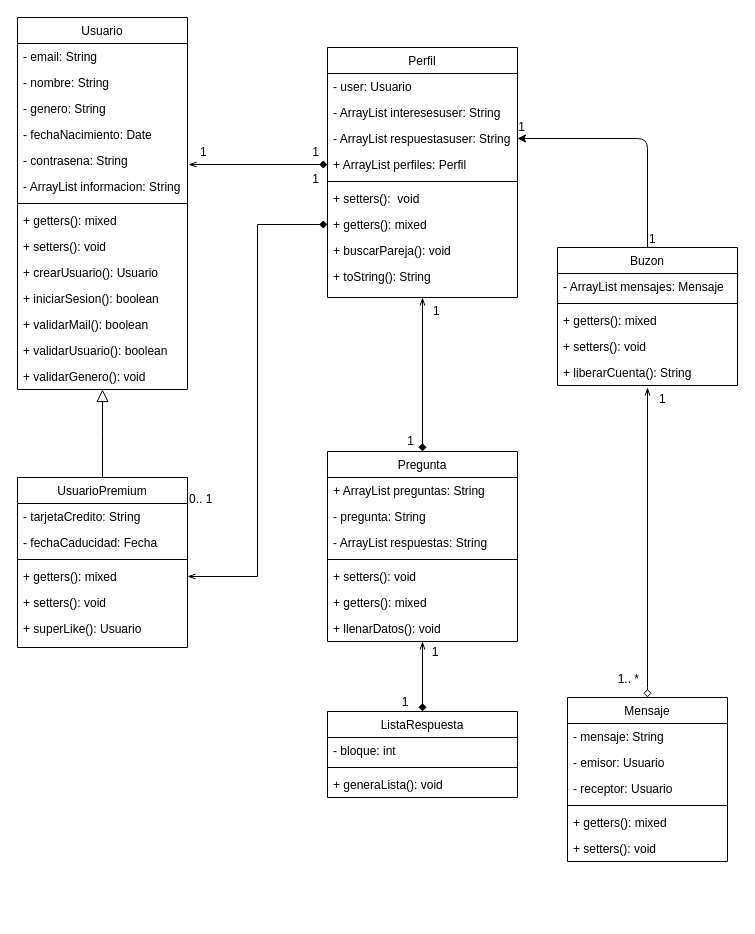
jojofrei/Proyecto-POO keeps this draw.io diagram as Untitled Diagram.drawio. Above is the earlier version. Source tidied: cells renumbered, new cells numbered last; positions are measured from the earlier drawing's top-left corner, leaving out a move shared by most shapes. Both pictures are drawn from the tidied source at 100%, with x=0, y=0 at pixel (17, 17).
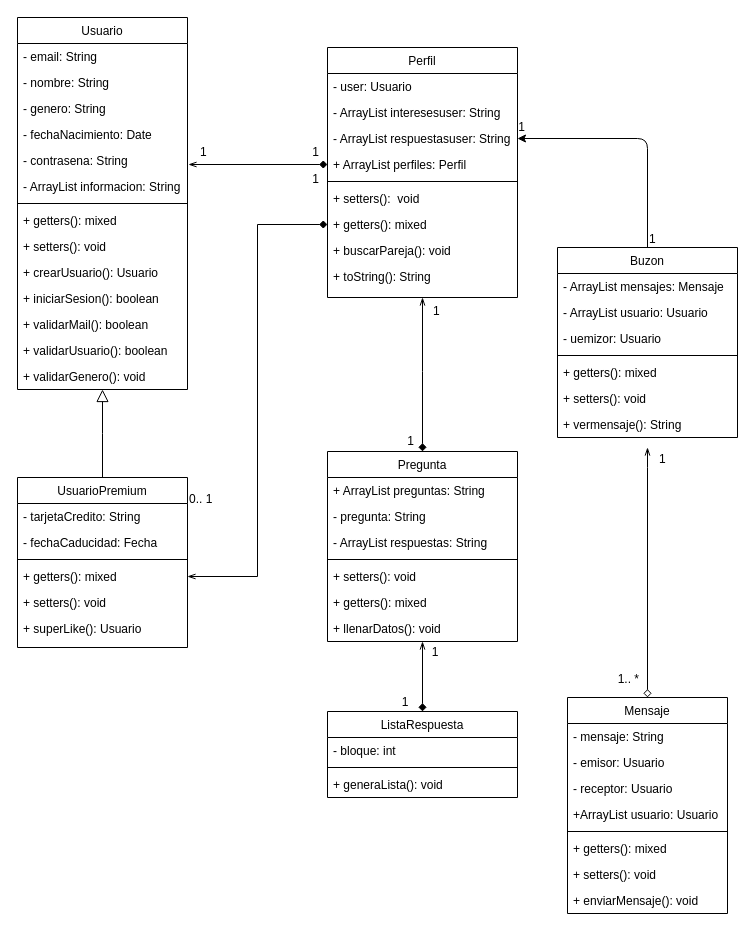
After the change.

What changed in the source:
```diff
@@
     <mxCell id="24" style="endArrow=diamond;shadow=0;strokeWidth=1;strokeColor=#000000;rounded=0;endFill=0;edgeStyle=elbowEdgeStyle;elbow=vertical;startArrow=openThin;startFill=0;entryX=0.5;entryY=0;entryDx=0;entryDy=0;" parent="1" edge="1" target="52">
       <mxGeometry x="0.5" y="41" relative="1" as="geometry">
-        <mxPoint x="630" y="370" as="sourcePoint" />
+        <mxPoint x="630" y="430" as="sourcePoint" />
         <Array as="points">
+          <mxPoint x="630" y="450" />
           <mxPoint x="680" y="670" />
           <mxPoint x="330.5" y="775" />
         </Array>
         <mxPoint x="-40" y="32" as="offset" />
       </mxGeometry>
     </mxCell>
@@
     <mxCell id="46" value="Buzon" style="swimlane;fontStyle=0;align=center;verticalAlign=top;horizontal=1;startSize=26;fontColor=#000000;" parent="1" vertex="1">
-      <mxGeometry x="540" y="230" width="180" height="138" as="geometry" />
+      <mxGeometry x="540" y="230" width="180" height="190" as="geometry" />
     </mxCell>
@@
+    <mxCell id="78" value="- ArrayList usuario: Usuario" style="text;strokeColor=none;fillColor=none;align=left;verticalAlign=top;spacingLeft=4;spacingRight=4;overflow=hidden;" parent="46" vertex="1">
+      <mxGeometry y="52" width="180" height="26" as="geometry" />
+    </mxCell>
+    <mxCell id="79" value="- uemizor: Usuario" style="text;strokeColor=none;fillColor=none;align=left;verticalAlign=top;spacingLeft=4;spacingRight=4;overflow=hidden;" parent="46" vertex="1">
+      <mxGeometry y="78" width="180" height="26" as="geometry" />
+    </mxCell>
     <mxCell id="48" style="line;strokeWidth=1;fillColor=none;align=left;verticalAlign=middle;spacingTop=-1;spacingLeft=3;spacingRight=3;labelPosition=right;" parent="46" vertex="1">
-      <mxGeometry y="52" width="180" height="8" as="geometry" />
+      <mxGeometry y="104" width="180" height="8" as="geometry" />
     </mxCell>
     <mxCell id="49" value="+ getters(): mixed" style="text;strokeColor=none;fillColor=none;align=left;verticalAlign=top;spacingLeft=4;spacingRight=4;overflow=hidden;" parent="46" vertex="1">
-      <mxGeometry y="60" width="180" height="26" as="geometry" />
+      <mxGeometry y="112" width="180" height="26" as="geometry" />
     </mxCell>
     <mxCell id="50" value="+ setters(): void" style="text;strokeColor=none;fillColor=none;align=left;verticalAlign=top;spacingLeft=4;spacingRight=4;overflow=hidden;" parent="46" vertex="1">
-      <mxGeometry y="86" width="180" height="26" as="geometry" />
+      <mxGeometry y="138" width="180" height="26" as="geometry" />
     </mxCell>
-    <mxCell id="51" value="+ liberarCuenta(): String" style="text;strokeColor=none;fillColor=none;align=left;verticalAlign=top;spacingLeft=4;spacingRight=4;overflow=hidden;" parent="46" vertex="1">
-      <mxGeometry y="112" width="180" height="26" as="geometry" />
+    <mxCell id="51" value="+ vermensaje(): String" style="text;strokeColor=none;fillColor=none;align=left;verticalAlign=top;spacingLeft=4;spacingRight=4;overflow=hidden;" parent="46" vertex="1">
+      <mxGeometry y="164" width="180" height="26" as="geometry" />
     </mxCell>
     <mxCell id="52" value="Mensaje" style="swimlane;fontStyle=0;align=center;verticalAlign=top;horizontal=1;startSize=26;fontColor=#000000;" parent="1" vertex="1">
-      <mxGeometry x="550" y="680" width="160" height="164" as="geometry" />
+      <mxGeometry x="550" y="680" width="160" height="216" as="geometry" />
     </mxCell>
@@
+    <mxCell id="80" value="+ArrayList usuario: Usuario" style="text;strokeColor=none;fillColor=none;align=left;verticalAlign=top;spacingLeft=4;spacingRight=4;overflow=hidden;" parent="52" vertex="1">
+      <mxGeometry y="104" width="160" height="26" as="geometry" />
+    </mxCell>
     <mxCell id="56" style="line;strokeWidth=1;fillColor=none;align=left;verticalAlign=middle;spacingTop=-1;spacingLeft=3;spacingRight=3;labelPosition=right;" parent="52" vertex="1">
-      <mxGeometry y="104" width="160" height="8" as="geometry" />
+      <mxGeometry y="130" width="160" height="8" as="geometry" />
     </mxCell>
     <mxCell id="57" value="+ getters(): mixed" style="text;strokeColor=none;fillColor=none;align=left;verticalAlign=top;spacingLeft=4;spacingRight=4;overflow=hidden;" parent="52" vertex="1">
-      <mxGeometry y="112" width="160" height="26" as="geometry" />
+      <mxGeometry y="138" width="160" height="26" as="geometry" />
     </mxCell>
     <mxCell id="58" value="+ setters(): void" style="text;strokeColor=none;fillColor=none;align=left;verticalAlign=top;spacingLeft=4;spacingRight=4;overflow=hidden;" parent="52" vertex="1">
-      <mxGeometry y="138" width="160" height="26" as="geometry" />
+      <mxGeometry y="164" width="160" height="26" as="geometry" />
     </mxCell>
+    <mxCell id="81" value="+ enviarMensaje(): void" style="text;strokeColor=none;fillColor=none;align=left;verticalAlign=top;spacingLeft=4;spacingRight=4;overflow=hidden;" parent="52" vertex="1">
+      <mxGeometry y="190" width="160" height="26" as="geometry" />
+    </mxCell>
```
